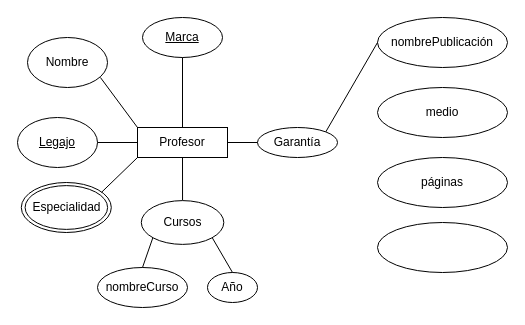
The draw.io diagram ModeloE/R-baseDeDatosEj1-p3.drawio in AslanGuzman/diagramas, before the edit. Source tidied: cells renumbered, new cells numbered last; positions are measured from the earlier drawing's top-left corner, leaving out a move shared by most shapes. Both pictures are drawn from the tidied source at 100%, with x=0, y=0 at pixel (17, 17).
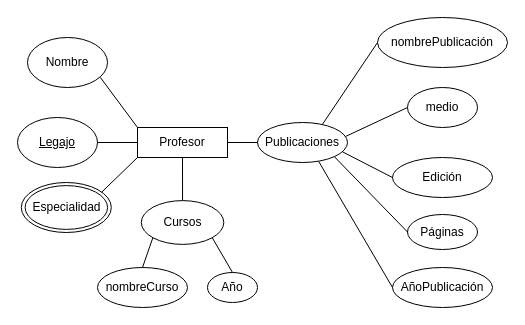
Above is the later version.

Commit message (it also covers changes not shown here):
Actualizar ModeloE/R-baseDeDatosEj1-p3.drawio

The change refers to these unchanged cells:
```xml
<mxCell id="2" value="Profesor" style="rounded=0;whiteSpace=wrap;html=1;labelBackgroundColor=none;" parent="1" vertex="1">
  <mxGeometry x="120" y="110" width="90" height="30" as="geometry" />
</mxCell>
<mxCell id="10" value="nombrePublicación" style="ellipse;whiteSpace=wrap;html=1;rounded=0;labelBackgroundColor=none;" parent="1" vertex="1">
  <mxGeometry x="360" width="130" height="50" as="geometry" />
</mxCell>
```

What changed in the source:
```diff
@@
-    <mxCell id="8" value="&lt;u&gt;Marca&lt;/u&gt;" style="ellipse;whiteSpace=wrap;html=1;rounded=0;labelBackgroundColor=none;" parent="1" vertex="1">
-      <mxGeometry x="125" width="80" height="40" as="geometry" />
-    </mxCell>
-    <mxCell id="9" value="Garantía" style="ellipse;whiteSpace=wrap;html=1;rounded=0;labelBackgroundColor=none;" parent="1" vertex="1">
-      <mxGeometry x="240" y="110" width="80" height="30" as="geometry" />
+    <mxCell id="9" value="Publicaciones" style="ellipse;whiteSpace=wrap;html=1;rounded=0;labelBackgroundColor=none;" parent="1" vertex="1">
+      <mxGeometry x="240" y="105" width="90" height="40" as="geometry" />
     </mxCell>
@@
-    <mxCell id="11" style="endArrow=none;html=1;rounded=0;entryX=0;entryY=0.5;entryDx=0;entryDy=0;exitX=1;exitY=0;exitDx=0;exitDy=0;labelBackgroundColor=none;fontColor=default;" parent="1" edge="1" source="9" target="10">
+    <mxCell id="11" style="endArrow=none;html=1;rounded=0;entryX=0;entryY=0.5;entryDx=0;entryDy=0;exitX=0.719;exitY=0.055;exitDx=0;exitDy=0;labelBackgroundColor=none;fontColor=default;exitPerimeter=0;" parent="1" edge="1" source="9" target="10">
       <mxGeometry relative="1" as="geometry" />
     </mxCell>
@@
-    <mxCell id="14" style="endArrow=none;html=1;rounded=0;entryX=0.5;entryY=0;entryDx=0;entryDy=0;exitX=0.5;exitY=1;exitDx=0;exitDy=0;labelBackgroundColor=none;fontColor=default;" parent="1" edge="1" source="8" target="2">
-      <mxGeometry relative="1" as="geometry" />
-    </mxCell>
@@
     <mxCell id="25" value="medio" style="ellipse;whiteSpace=wrap;html=1;rounded=0;labelBackgroundColor=none;" parent="1" vertex="1">
-      <mxGeometry x="360" y="70" width="130" height="50" as="geometry" />
+      <mxGeometry x="390" y="70" width="70" height="40" as="geometry" />
     </mxCell>
-    <mxCell id="26" value="páginas" style="ellipse;whiteSpace=wrap;html=1;rounded=0;labelBackgroundColor=none;" parent="1" vertex="1">
-      <mxGeometry x="360" y="140" width="130" height="50" as="geometry" />
+    <mxCell id="26" value="Edición" style="ellipse;whiteSpace=wrap;html=1;rounded=0;labelBackgroundColor=none;" parent="1" vertex="1">
+      <mxGeometry x="375" y="140" width="100" height="40" as="geometry" />
     </mxCell>
-    <mxCell id="27" style="ellipse;whiteSpace=wrap;html=1;rounded=0;labelBackgroundColor=none;" parent="1" vertex="1">
-      <mxGeometry x="360" y="205" width="130" height="50" as="geometry" />
+    <mxCell id="27" value="Páginas" style="ellipse;whiteSpace=wrap;html=1;rounded=0;labelBackgroundColor=none;" parent="1" vertex="1">
+      <mxGeometry x="390" y="197" width="70" height="35" as="geometry" />
     </mxCell>
+    <mxCell id="28" value="AñoPublicación" style="ellipse;whiteSpace=wrap;html=1;rounded=0;labelBackgroundColor=none;" parent="1" vertex="1">
+      <mxGeometry x="375" y="250" width="100" height="40" as="geometry" />
+    </mxCell>
+    <mxCell id="29" style="endArrow=none;html=1;rounded=0;entryX=0;entryY=0.5;entryDx=0;entryDy=0;exitX=0.98;exitY=0.348;exitDx=0;exitDy=0;labelBackgroundColor=none;fontColor=default;exitPerimeter=0;" parent="1" edge="1" source="9" target="25">
+      <mxGeometry relative="1" as="geometry" />
+    </mxCell>
+    <mxCell id="30" style="endArrow=none;html=1;rounded=0;entryX=0;entryY=0.5;entryDx=0;entryDy=0;labelBackgroundColor=none;fontColor=default;exitX=0.944;exitY=0.733;exitDx=0;exitDy=0;exitPerimeter=0;" parent="1" edge="1" source="9" target="26">
+      <mxGeometry relative="1" as="geometry" />
+    </mxCell>
+    <mxCell id="31" style="endArrow=none;html=1;rounded=0;entryX=0;entryY=0.5;entryDx=0;entryDy=0;exitX=1;exitY=1;exitDx=0;exitDy=0;labelBackgroundColor=none;fontColor=default;" parent="1" edge="1" source="9" target="27">
+      <mxGeometry relative="1" as="geometry" />
+    </mxCell>
+    <mxCell id="32" style="endArrow=none;html=1;rounded=0;entryX=0;entryY=0.5;entryDx=0;entryDy=0;labelBackgroundColor=none;fontColor=default;exitX=0.68;exitY=0.973;exitDx=0;exitDy=0;exitPerimeter=0;" parent="1" edge="1" source="9" target="28">
+      <mxGeometry relative="1" as="geometry" />
+    </mxCell>
```
